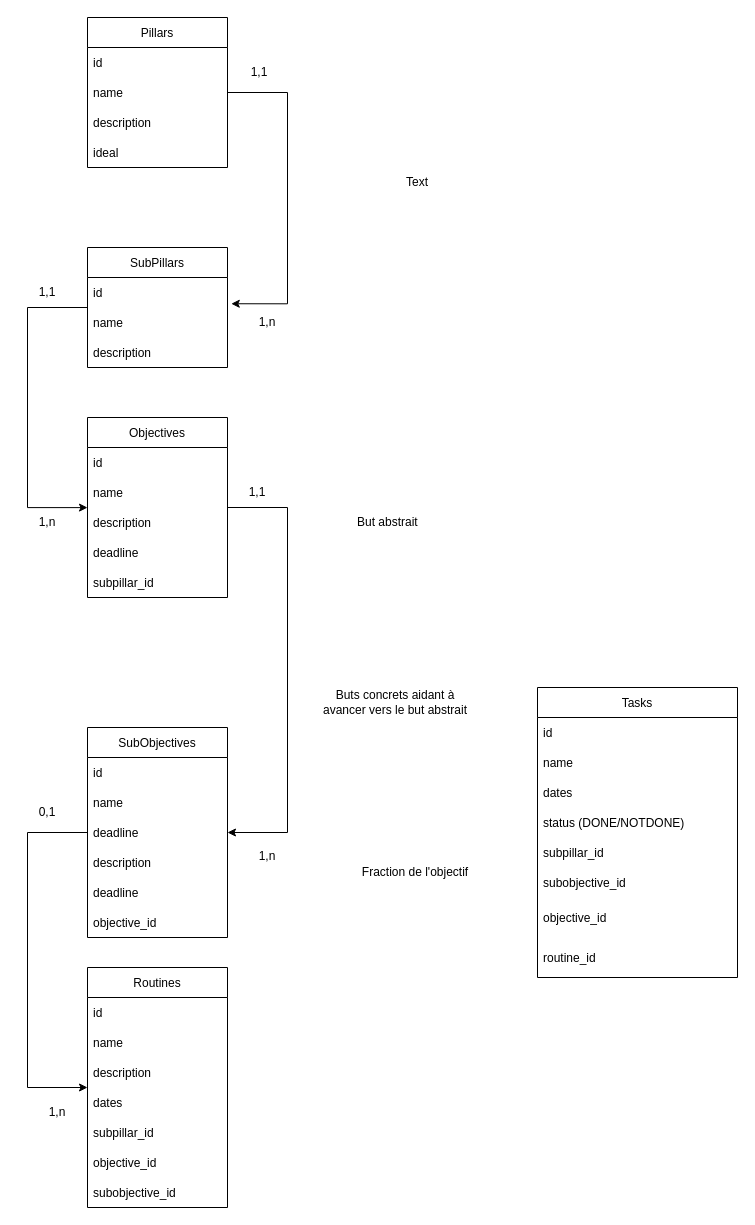
This is MCD productivité V.0 MVP drawio.drawio from Quasarkk/productivity, a draw.io file, before an edit. Source tidied: cells renumbered, new cells numbered last; positions are measured from the earlier drawing's top-left corner, leaving out a move shared by most shapes. Both pictures are drawn from the tidied source at 100%, with x=0, y=0 at pixel (17, 17).
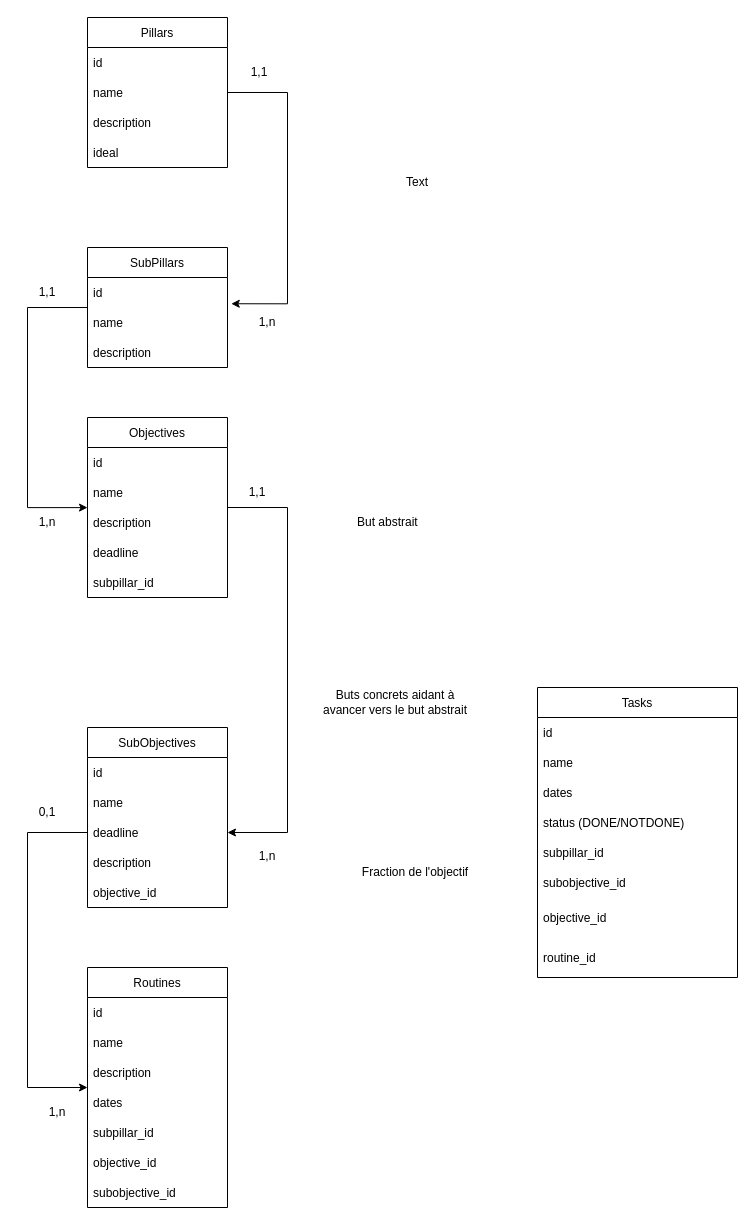
Above is the later version.

What changed in the source:
```diff
@@
     <mxCell id="23" value="SubObjectives" style="swimlane;fontStyle=0;horizontal=1;startSize=30;" parent="1" vertex="1">
-      <mxGeometry x="70" y="710" width="140" height="210" as="geometry" />
+      <mxGeometry x="70" y="710" width="140" height="180" as="geometry" />
     </mxCell>
@@
-    <mxCell id="28" value="deadline" style="text;strokeColor=none;fillColor=none;align=left;verticalAlign=middle;spacingLeft=4;spacingRight=4;overflow=hidden;" parent="23" vertex="1">
-      <mxGeometry y="150" width="140" height="30" as="geometry" />
-    </mxCell>
     <mxCell id="29" value="objective_id" style="text;strokeColor=none;fillColor=none;align=left;verticalAlign=middle;spacingLeft=4;spacingRight=4;overflow=hidden;" parent="23" vertex="1">
-      <mxGeometry y="180" width="140" height="30" as="geometry" />
+      <mxGeometry y="150" width="140" height="30" as="geometry" />
     </mxCell>
```
